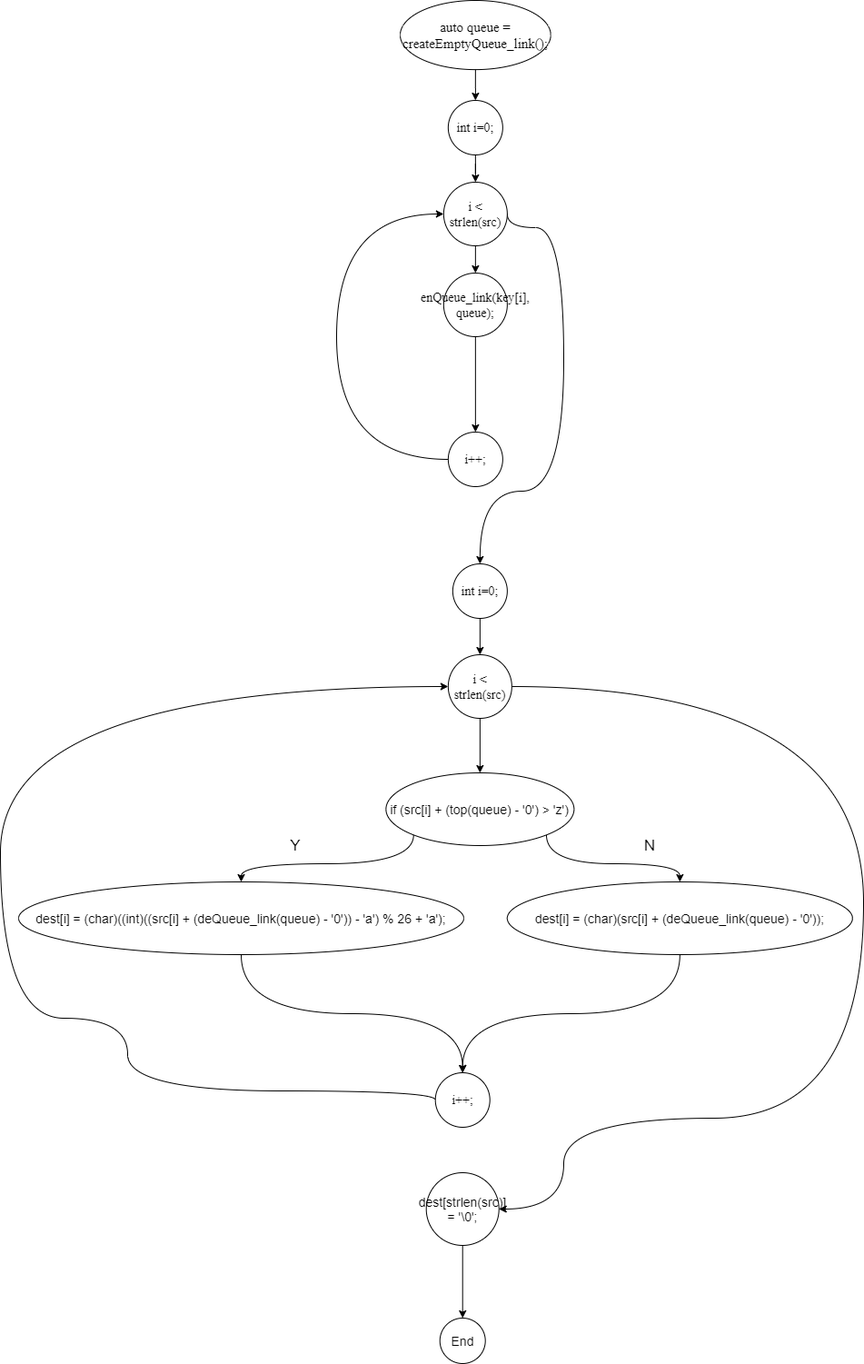
PommesPeter/draw.io_diagram keeps this draw.io diagram as CFG.png. Above is the earlier version. Source tidied: cells renumbered, new cells last; positions are measured from the earlier drawing's top-left corner, leaving out a move shared by most shapes.
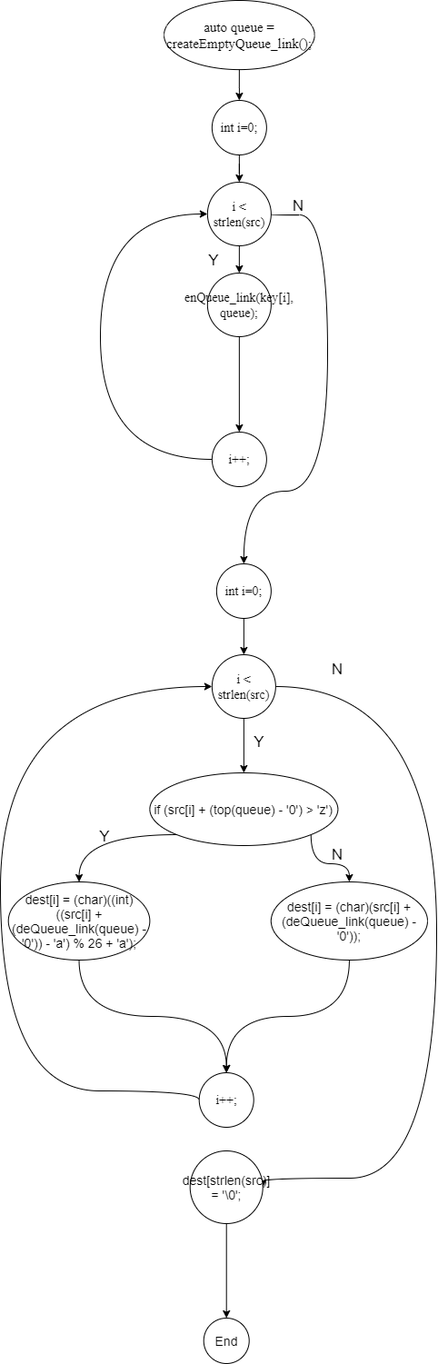
Later version of the same file.

What changed in the source:
```diff
@@ -20,8 +20,8 @@
     <mxCell id="7" style="edgeStyle=orthogonalEdgeStyle;rounded=0;jettySize=auto;html=1;exitX=1;exitY=0.5;exitDx=0;exitDy=0;entryX=0.5;entryY=0;entryDx=0;entryDy=0;curved=1;" parent="1" edge="1" source="8" target="12">
       <mxGeometry relative="1" as="geometry">
         <Array as="points">
-          <mxPoint x="558" y="250" />
-          <mxPoint x="620" y="250" />
+          <mxPoint x="558" y="236" />
+          <mxPoint x="620" y="236" />
           <mxPoint x="620" y="540" />
           <mxPoint x="528" y="540" />
         </Array>
@@ -53,10 +53,9 @@
     <mxCell id="14" style="edgeStyle=orthogonalEdgeStyle;rounded=0;jettySize=auto;html=1;entryX=1;entryY=0.5;entryDx=0;entryDy=0;curved=1;" parent="1" edge="1" source="15" target="28">
       <mxGeometry relative="1" as="geometry">
         <Array as="points">
-          <mxPoint x="950" y="755" />
-          <mxPoint x="950" y="1230" />
-          <mxPoint x="620" y="1230" />
-          <mxPoint x="620" y="1330" />
+          <mxPoint x="740" y="755" />
+          <mxPoint x="740" y="1296" />
+          <mxPoint x="549" y="1296" />
         </Array>
       </mxGeometry>
     </mxCell>
@@ -82,19 +81,19 @@
       <mxGeometry relative="1" as="geometry" />
     </mxCell>
     <mxCell id="22" value="dest[i] = (char)((int)((src[i] + (deQueue_link(queue) - '0')) - 'a') % 26 + 'a');" style="ellipse;whiteSpace=wrap;html=1;" parent="1" vertex="1">
-      <mxGeometry x="20" y="970" width="490" height="80" as="geometry" />
+      <mxGeometry x="268.7" y="970" width="155.6" height="86" as="geometry" />
     </mxCell>
     <mxCell id="23" style="edgeStyle=orthogonalEdgeStyle;rounded=0;jettySize=auto;html=1;exitX=0.5;exitY=1;exitDx=0;exitDy=0;entryX=0.5;entryY=0;entryDx=0;entryDy=0;curved=1;" parent="1" edge="1" source="24" target="30">
       <mxGeometry relative="1" as="geometry" />
     </mxCell>
     <mxCell id="24" value="dest[i] = (char)(src[i] + (deQueue_link(queue) - '0'));" style="ellipse;whiteSpace=wrap;html=1;" parent="1" vertex="1">
-      <mxGeometry x="557.9" y="970" width="380" height="80" as="geometry" />
+      <mxGeometry x="557.9" y="970" width="172.2" height="86" as="geometry" />
     </mxCell>
     <mxCell id="25" value="&lt;font style=&quot;font-size: 17px&quot;&gt;Y&lt;/font&gt;" style="text;html=1;strokeColor=none;fillColor=none;align=center;verticalAlign=middle;whiteSpace=wrap;rounded=0;" parent="1" vertex="1">
-      <mxGeometry x="300" y="920" width="50" height="20" as="geometry" />
+      <mxGeometry x="350" y="910" width="50" height="20" as="geometry" />
     </mxCell>
     <mxCell id="26" value="&lt;span style=&quot;font-size: 17px&quot;&gt;N&lt;/span&gt;" style="text;html=1;strokeColor=none;fillColor=none;align=center;verticalAlign=middle;whiteSpace=wrap;rounded=0;" parent="1" vertex="1">
-      <mxGeometry x="690" y="920" width="50" height="20" as="geometry" />
+      <mxGeometry x="605.7" y="930" width="50" height="20" as="geometry" />
     </mxCell>
     <mxCell id="27" style="edgeStyle=orthogonalEdgeStyle;rounded=0;jettySize=auto;html=1;" parent="1" edge="1" source="28">
       <mxGeometry relative="1" as="geometry">
@@ -102,16 +101,14 @@
       </mxGeometry>
     </mxCell>
     <mxCell id="28" value="dest[strlen(src)] = '\0';" style="ellipse;whiteSpace=wrap;html=1;" parent="1" vertex="1">
-      <mxGeometry x="468.7" y="1290" width="80" height="80" as="geometry" />
+      <mxGeometry x="468.7" y="1266" width="80" height="80" as="geometry" />
     </mxCell>
     <mxCell id="29" style="edgeStyle=orthogonalEdgeStyle;rounded=0;jettySize=auto;html=1;curved=1;exitX=0;exitY=0.5;exitDx=0;exitDy=0;entryX=0;entryY=0.5;entryDx=0;entryDy=0;" parent="1" edge="1" source="30" target="15">
       <mxGeometry relative="1" as="geometry">
         <Array as="points">
           <mxPoint x="479" y="1200" />
-          <mxPoint x="140" y="1200" />
-          <mxPoint x="140" y="1120" />
-          <mxPoint y="1120" />
-          <mxPoint y="755" />
+          <mxPoint x="260" y="1200" />
+          <mxPoint x="260" y="755" />
         </Array>
       </mxGeometry>
     </mxCell>
@@ -121,5 +118,17 @@
     <mxCell id="31" value="End" style="ellipse;whiteSpace=wrap;html=1;" parent="1" vertex="1">
       <mxGeometry x="483.7" y="1450" width="50" height="50" as="geometry" />
     </mxCell>
+    <mxCell id="32" value="&lt;font style=&quot;font-size: 17px&quot;&gt;Y&lt;/font&gt;" style="text;html=1;strokeColor=none;fillColor=none;align=center;verticalAlign=middle;whiteSpace=wrap;rounded=0;" parent="1" vertex="1">
+      <mxGeometry x="520" y="806" width="50" height="20" as="geometry" />
+    </mxCell>
+    <mxCell id="33" value="&lt;font style=&quot;font-size: 17px&quot;&gt;Y&lt;/font&gt;" style="text;html=1;strokeColor=none;fillColor=none;align=center;verticalAlign=middle;whiteSpace=wrap;rounded=0;" parent="1" vertex="1">
+      <mxGeometry x="470" y="276" width="50" height="20" as="geometry" />
+    </mxCell>
+    <mxCell id="34" value="&lt;span style=&quot;font-size: 17px&quot;&gt;N&lt;/span&gt;" style="text;html=1;strokeColor=none;fillColor=none;align=center;verticalAlign=middle;whiteSpace=wrap;rounded=0;" parent="1" vertex="1">
+      <mxGeometry x="605.7" y="726" width="50" height="20" as="geometry" />
+    </mxCell>
+    <mxCell id="35" value="&lt;span style=&quot;font-size: 17px&quot;&gt;N&lt;/span&gt;" style="text;html=1;strokeColor=none;fillColor=none;align=center;verticalAlign=middle;whiteSpace=wrap;rounded=0;" parent="1" vertex="1">
+      <mxGeometry x="562.9" y="216" width="50" height="20" as="geometry" />
+    </mxCell>
   </root>
 </mxGraphModel>
```
